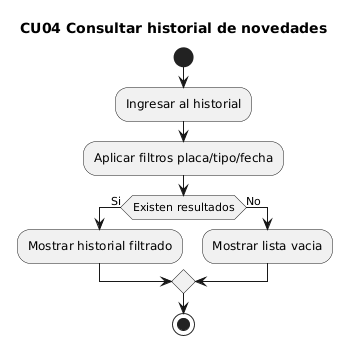
Earlier version of the PlantUML export docs/uml/render/actividades_cu/CU04_actividad_historial_novedades.png (maranavard/SISTEMA-COMPUTACIONAL-PARA-LA-GESTION-Y-CONTROL-DE-ACCESO-DE-AUTOMOVILES-M-DULO-WEB). Its diagram source:
```plantuml
@startuml
title CU04 Consultar historial de novedades
start
:Ingresar al historial;
:Aplicar filtros placa/tipo/fecha;
if (Existen resultados) then (Si)
  :Mostrar historial filtrado;
else (No)
  :Mostrar lista vacia;
endif
stop
@enduml
```
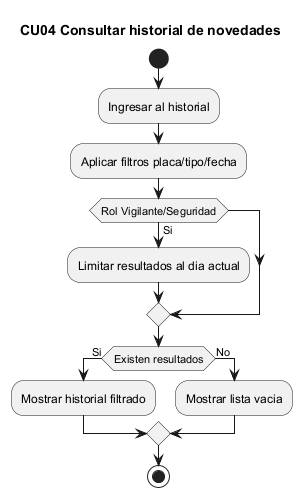
After the commit.

What changed in the source:
```diff
@@ -1,8 +1,11 @@
-@startuml
+@startuml CU04_actividad_historial_novedades
 title CU04 Consultar historial de novedades
 start
 :Ingresar al historial;
 :Aplicar filtros placa/tipo/fecha;
+if (Rol Vigilante/Seguridad) then (Si)
+  :Limitar resultados al dia actual;
+endif
 if (Existen resultados) then (Si)
   :Mostrar historial filtrado;
 else (No)
```
